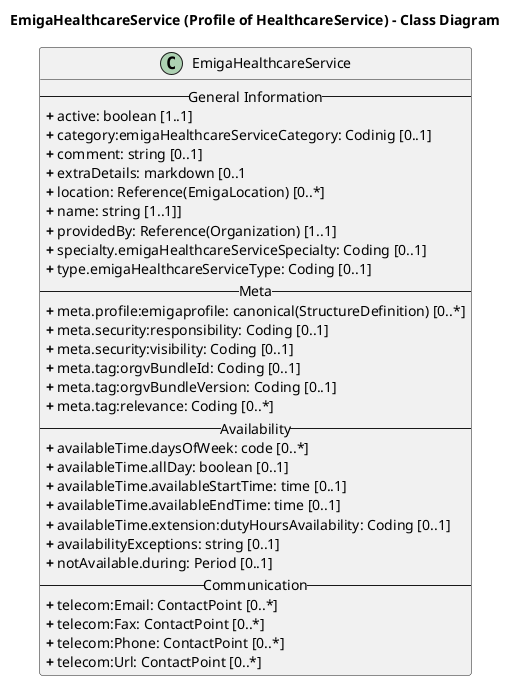
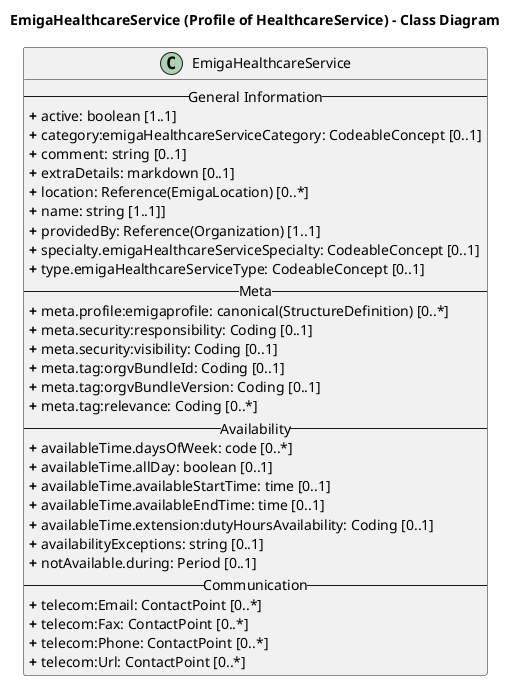
@startuml
skinparam linetype ortho

title EmigaHealthcareService (Profile of HealthcareService) - Class Diagram

' Main Class
class EmigaHealthcareService{
-- General Information --
<b>+</b> active: boolean [1..1]
- <b>+</b> category:emigaHealthcareServiceCategory: Codinig [0..1]
+ <b>+</b> category:emigaHealthcareServiceCategory: CodeableConcept [0..1]
<b>+</b> comment: string [0..1]
- <b>+</b> extraDetails: markdown [0..1
+ <b>+</b> extraDetails: markdown [0..1]
<b>+</b> location: Reference(EmigaLocation) [0..*]
<b>+</b> name: string [1..1]]
<b>+</b> providedBy: Reference(Organization) [1..1]
- <b>+</b> specialty.emigaHealthcareServiceSpecialty: Coding [0..1]
- <b>+</b> type.emigaHealthcareServiceType: Coding [0..1]
+ <b>+</b> specialty.emigaHealthcareServiceSpecialty: CodeableConcept [0..1]
+ <b>+</b> type.emigaHealthcareServiceType: CodeableConcept [0..1]
-- Meta --
<b>+</b> meta.profile:emigaprofile: canonical(StructureDefinition) [0..*]
<b>+</b> meta.security:responsibility: Coding [0..1]
<b>+</b> meta.security:visibility: Coding [0..1]
<b>+</b> meta.tag:orgvBundleId: Coding [0..1]
<b>+</b> meta.tag:orgvBundleVersion: Coding [0..1]
<b>+</b> meta.tag:relevance: Coding [0..*]
-- Availability --
<b>+</b> availableTime.daysOfWeek: code [0..*]
<b>+</b> availableTime.allDay: boolean [0..1]
<b>+</b> availableTime.availableStartTime: time [0..1]
<b>+</b> availableTime.availableEndTime: time [0..1]
<b>+</b> availableTime.extension:dutyHoursAvailability: Coding [0..1]
<b>+</b> availabilityExceptions: string [0..1]
<b>+</b> notAvailable.during: Period [0..1]
-- Communication --
<b>+</b> telecom:Email: ContactPoint [0..*]
<b>+</b> telecom:Fax: ContactPoint [0..*]
<b>+</b> telecom:Phone: ContactPoint [0..*]
<b>+</b> telecom:Url: ContactPoint [0..*]
}

@enduml